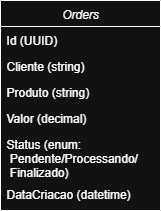
The draw.io diagram docs/db-diagram.png in LVerola/orders-poc, before a commit. Source tidied: cells renumbered, new cells last; positions are measured from the earlier drawing's top-left corner, leaving out a move shared by most shapes. Its diagram source:
```xml
<mxGraphModel>
  <root>
    <mxCell id="0" />
    <mxCell id="1" parent="0" />
    <mxCell id="2" value="Orders" style="swimlane;fontStyle=2;align=center;verticalAlign=top;horizontal=1;startSize=26;rounded=0;shadow=0;strokeWidth=1;strokeColor=default;" parent="1" vertex="1">
      <mxGeometry width="160" height="210" as="geometry" />
    </mxCell>
    <mxCell id="3" value="Id (UUID)" style="text;align=left;verticalAlign=top;spacingLeft=4;spacingRight=4;overflow=hidden;points=[[0,0.5],[1,0.5]];portConstraint=eastwest;" parent="2" vertex="1">
      <mxGeometry y="26" width="160" height="26" as="geometry" />
    </mxCell>
    <mxCell id="4" value="Cliente (string)" style="text;align=left;verticalAlign=top;spacingLeft=4;spacingRight=4;overflow=hidden;rounded=0;shadow=0;html=0;" parent="2" vertex="1">
      <mxGeometry y="52" width="160" height="26" as="geometry" />
    </mxCell>
    <mxCell id="5" value="Produto (string)" style="text;align=left;verticalAlign=top;spacingLeft=4;spacingRight=4;overflow=hidden;rounded=0;shadow=0;html=0;" parent="2" vertex="1">
      <mxGeometry y="78" width="160" height="26" as="geometry" />
    </mxCell>
    <mxCell id="6" value="Valor (decimal)" style="text;align=left;verticalAlign=top;spacingLeft=4;spacingRight=4;overflow=hidden;rounded=0;shadow=0;html=0;" parent="2" vertex="1">
      <mxGeometry y="104" width="160" height="26" as="geometry" />
    </mxCell>
    <mxCell id="7" value="Status (enum:&#10; Pendente/Processando/&#10; Finalizado)" style="text;align=left;verticalAlign=top;spacingLeft=4;spacingRight=4;overflow=hidden;rounded=0;shadow=0;html=0;" parent="2" vertex="1">
      <mxGeometry y="130" width="160" height="50" as="geometry" />
    </mxCell>
    <mxCell id="8" value="DataCriacao (datetime)" style="text;align=left;verticalAlign=top;spacingLeft=4;spacingRight=4;overflow=hidden;rounded=0;shadow=0;html=0;" parent="2" vertex="1">
      <mxGeometry y="180" width="160" height="26" as="geometry" />
    </mxCell>
  </root>
</mxGraphModel>
```
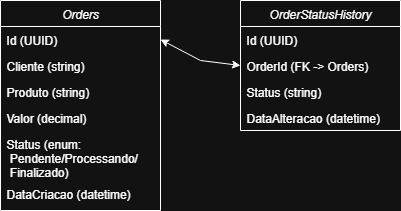
The same diagram one commit later.

Commit message:
Worker funcionando com Azure serive bus e criação junto com status inicial

What changed in the source:
```diff
@@ -23,5 +23,27 @@
     <mxCell id="8" value="DataCriacao (datetime)" style="text;align=left;verticalAlign=top;spacingLeft=4;spacingRight=4;overflow=hidden;rounded=0;shadow=0;html=0;" parent="2" vertex="1">
       <mxGeometry y="180" width="160" height="26" as="geometry" />
     </mxCell>
+    <mxCell id="9" value="OrderStatusHistory" style="swimlane;fontStyle=2;align=center;verticalAlign=top;horizontal=1;startSize=26;rounded=0;shadow=0;strokeWidth=1;strokeColor=default;" parent="1" vertex="1">
+      <mxGeometry x="240" width="160" height="130" as="geometry" />
+    </mxCell>
+    <mxCell id="10" value="Id (UUID)" style="text;align=left;verticalAlign=top;spacingLeft=4;spacingRight=4;overflow=hidden;" parent="9" vertex="1">
+      <mxGeometry y="26" width="160" height="26" as="geometry" />
+    </mxCell>
+    <mxCell id="11" value="OrderId (FK -&gt; Orders)" style="text;align=left;verticalAlign=top;spacingLeft=4;spacingRight=4;overflow=hidden;points=[[0,0.5],[1,0.5]];portConstraint=eastwest;rounded=0;shadow=0;html=0;" parent="9" vertex="1">
+      <mxGeometry y="52" width="160" height="26" as="geometry" />
+    </mxCell>
+    <mxCell id="12" value="Status (string)" style="text;align=left;verticalAlign=top;spacingLeft=4;spacingRight=4;overflow=hidden;rounded=0;shadow=0;html=0;" parent="9" vertex="1">
+      <mxGeometry y="78" width="160" height="26" as="geometry" />
+    </mxCell>
+    <mxCell id="13" value="DataAlteracao (datetime)" style="text;align=left;verticalAlign=top;spacingLeft=4;spacingRight=4;overflow=hidden;rounded=0;shadow=0;html=0;" parent="9" vertex="1">
+      <mxGeometry y="104" width="160" height="26" as="geometry" />
+    </mxCell>
+    <mxCell id="14" style="endArrow=classic;startArrow=classic;html=1;rounded=0;exitX=1;exitY=0.5;exitDx=0;exitDy=0;entryX=0;entryY=0.5;entryDx=0;entryDy=0;" parent="1" edge="1" source="3" target="11">
+      <mxGeometry relative="1" as="geometry">
+        <Array as="points">
+          <mxPoint x="200" y="60" />
+        </Array>
+      </mxGeometry>
+    </mxCell>
   </root>
 </mxGraphModel>
```
